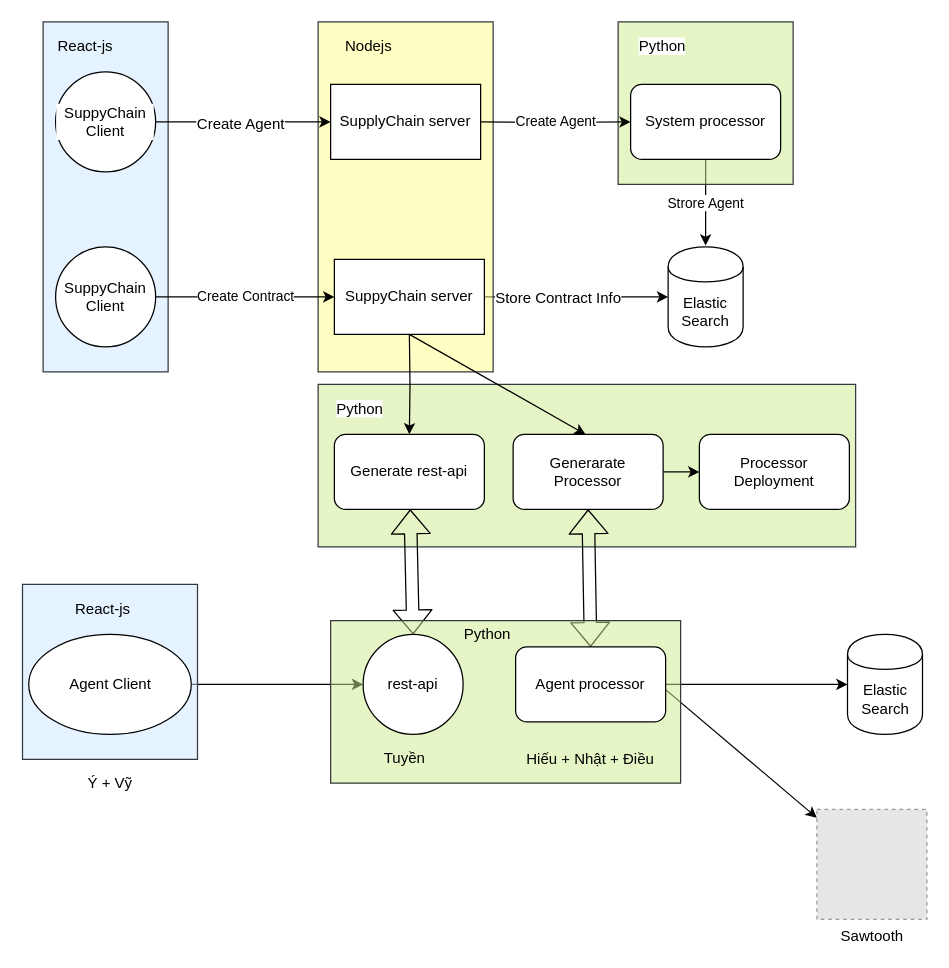
This is page "Main" (1 of 2) of SupplyChainArchitecture.drawio from NTT-TNN/draw, a draw.io file, before an edit. Source tidied: cells renumbered, new cells numbered last; positions are measured from the earlier drawing's top-left corner, leaving out a move shared by most shapes. Both pictures are drawn from the tidied source at 125%, with x=0, y=0 at pixel (22, 21). Pictures stored in the file or linked from it are replaced by grey dashed boxes.
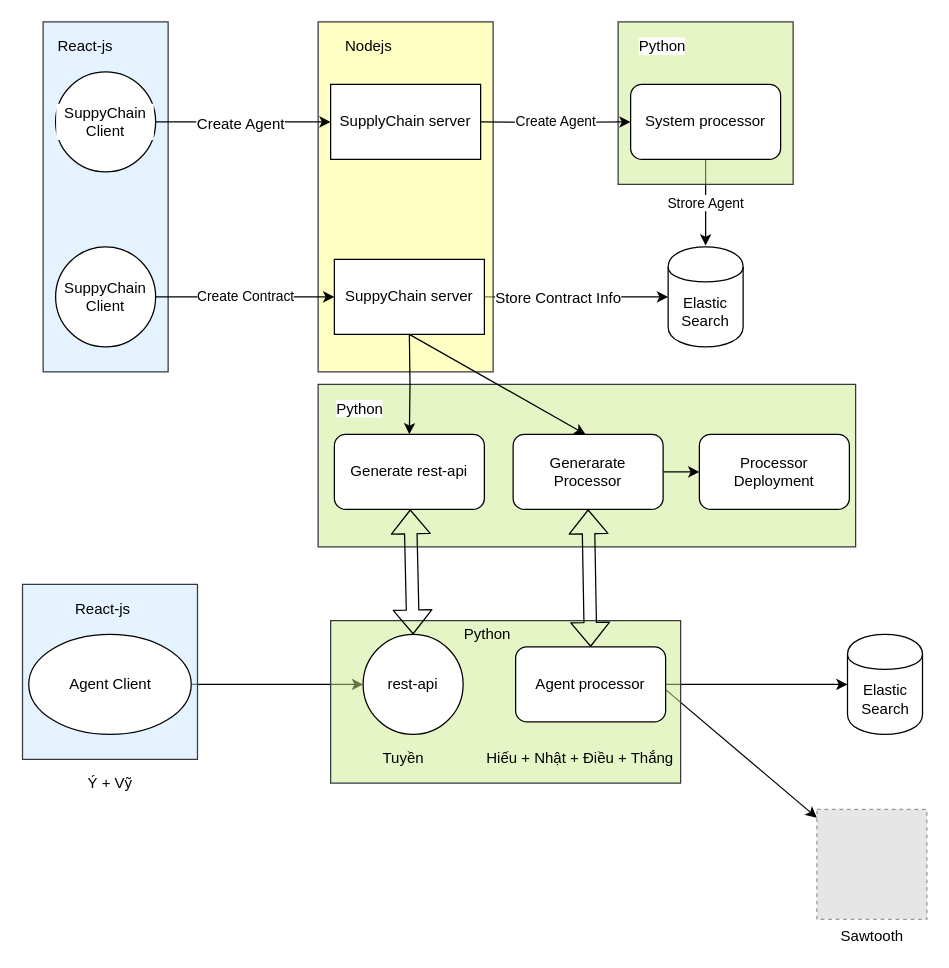
The same diagram, later.

The change refers to these unchanged cells:
```xml
<mxCell id="25" value="Generarate&lt;br&gt;Processor" style="rounded=1;whiteSpace=wrap;html=1;" parent="1" vertex="1">
  <mxGeometry x="392" y="330" width="120" height="60" as="geometry" />
</mxCell>
<mxCell id="28" value="Generate rest-api" style="rounded=1;whiteSpace=wrap;html=1;" parent="1" vertex="1">
  <mxGeometry x="249" y="330" width="120" height="60" as="geometry" />
</mxCell>
<mxCell id="43" value="Agent processor" style="rounded=1;whiteSpace=wrap;html=1;" parent="1" vertex="1">
  <mxGeometry x="394" y="500" width="120" height="60" as="geometry" />
</mxCell>
```

The edit, as a diff of the source:
```diff
@@
-    <mxCell id="34" style="shape=flexArrow;endArrow=classic;startArrow=classic;html=1;exitX=0.5;exitY=0;exitDx=0;exitDy=0;" parent="1" edge="1" target="28">
-      <mxGeometry relative="1" as="geometry">
-        <mxPoint x="312" y="490" as="sourcePoint" />
-      </mxGeometry>
-    </mxCell>
-    <mxCell id="35" style="shape=flexArrow;endArrow=classic;startArrow=classic;html=1;entryX=0.5;entryY=1;entryDx=0;entryDy=0;exitX=0.5;exitY=0;exitDx=0;exitDy=0;" parent="1" edge="1" target="25">
-      <mxGeometry relative="1" as="geometry">
-        <mxPoint x="454" y="500" as="sourcePoint" />
-      </mxGeometry>
-    </mxCell>
@@
     <mxCell id="47" value="Tuyền" style="text;html=1;align=left;verticalAlign=top;spacingTop=-4;" parent="1" vertex="1">
-      <mxGeometry x="287" y="579" width="50" height="20" as="geometry" />
+      <mxGeometry x="286" y="579" width="50" height="20" as="geometry" />
     </mxCell>
-    <mxCell id="48" value="Hiếu + Nhật + Điều" style="text;html=1;align=left;verticalAlign=top;spacingTop=-4;" parent="1" vertex="1">
-      <mxGeometry x="401" y="580" width="120" height="20" as="geometry" />
+    <mxCell id="48" value="Hiếu + Nhật + Điều + Thắng" style="text;html=1;align=left;verticalAlign=top;spacingTop=-4;" parent="1" vertex="1">
+      <mxGeometry x="369" y="579" width="170" height="20" as="geometry" />
     </mxCell>
+    <mxCell id="49" style="shape=flexArrow;endArrow=classic;startArrow=classic;html=1;entryX=0.5;entryY=1;entryDx=0;entryDy=0;exitX=0.5;exitY=0;exitDx=0;exitDy=0;" parent="1" edge="1" source="43" target="25">
+      <mxGeometry relative="1" as="geometry" />
+    </mxCell>
+    <mxCell id="50" style="shape=flexArrow;endArrow=classic;startArrow=classic;html=1;exitX=0.5;exitY=0;exitDx=0;exitDy=0;" parent="1" edge="1">
+      <mxGeometry relative="1" as="geometry">
+        <mxPoint x="312" y="490" as="sourcePoint" />
+        <mxPoint x="309.7" y="390" as="targetPoint" />
+      </mxGeometry>
+    </mxCell>
```
